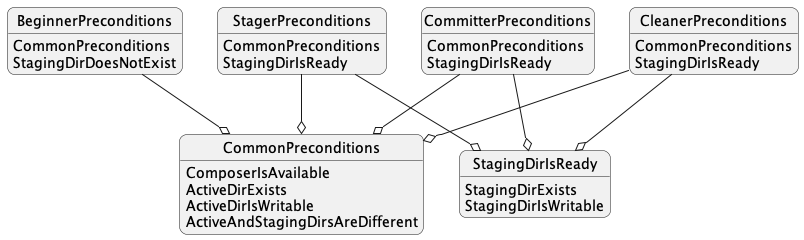
php-tuf/composer-stager keeps this PlantUML diagram as src/Domain/Service/Precondition/resources/hierarchy.png. Above is the earlier version.
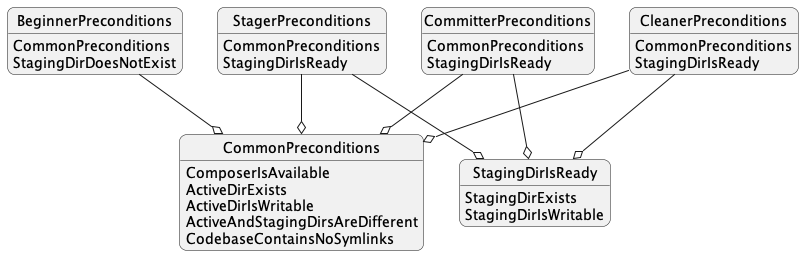
The same diagram one commit later.

Commit message:
Add Infrastructure\Service\Precondition\CodeBaseContainsNoSymlinks.

The edit, as a diff of the source:
```diff
@@ -40,6 +40,7 @@
     ActiveDirExists
     ActiveDirIsWritable
     ActiveAndStagingDirsAreDifferent
+    CodebaseContainsNoSymlinks
 }
 
 class StagingDirIsReady {
```
